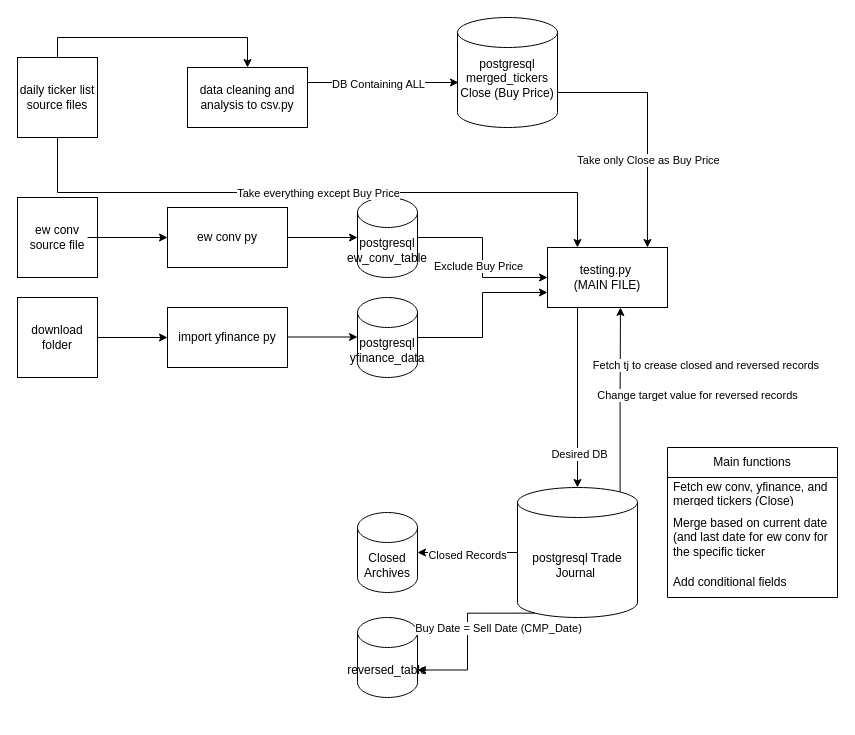
The draw.io diagram tickers6/workflow.drawio in osalmatar/quick-work, before the edit. Source tidied: cells renumbered, new cells numbered last; positions are measured from the earlier drawing's top-left corner, leaving out a move shared by most shapes. Both pictures are drawn from the tidied source at 100%, with x=0, y=0 at pixel (17, 17).
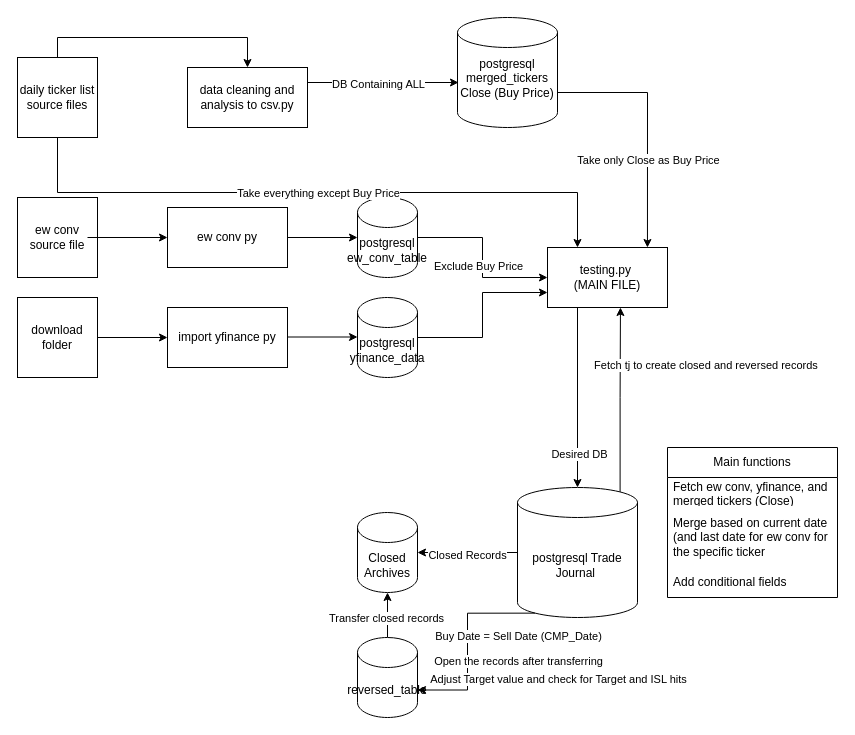
Above is the later version.

Unchanged cells that the change refers to:
```xml
<mxCell id="23" value="Closed Archives" style="shape=cylinder3;whiteSpace=wrap;html=1;boundedLbl=1;backgroundOutline=1;size=15;" parent="1" vertex="1">
  <mxGeometry x="340" y="495" width="60" height="80" as="geometry" />
</mxCell>
<mxCell id="37" style="edgeStyle=orthogonalEdgeStyle;rounded=0;jettySize=auto;html=1;exitX=0.145;exitY=1;exitDx=0;exitDy=-4.35;exitPerimeter=0;entryX=1;entryY=0;entryDx=0;entryDy=52.5;entryPerimeter=0;" parent="1" edge="1" source="16" target="36">
  <mxGeometry relative="1" as="geometry" />
</mxCell>
<mxCell id="39" style="edgeStyle=orthogonalEdgeStyle;rounded=0;jettySize=auto;html=1;exitX=0.855;exitY=0;exitDx=0;exitDy=4.35;exitPerimeter=0;entryX=0.608;entryY=1;entryDx=0;entryDy=0;entryPerimeter=0;" parent="1" edge="1" source="16" target="4">
  <mxGeometry relative="1" as="geometry" />
</mxCell>
```

Change to the diagram source:
```diff
@@
+    <mxCell id="42" style="edgeStyle=orthogonalEdgeStyle;rounded=0;jettySize=auto;html=1;" parent="1" edge="1" source="36" target="23">
+      <mxGeometry relative="1" as="geometry" />
+    </mxCell>
+    <mxCell id="43" value="Transfer closed records" style="edgeLabel;html=1;align=center;verticalAlign=middle;" parent="42" vertex="1">
+      <mxGeometry x="-0.11" y="2" relative="1" as="geometry" />
+    </mxCell>
     <mxCell id="36" value="reversed_table" style="shape=cylinder3;whiteSpace=wrap;html=1;boundedLbl=1;backgroundOutline=1;size=15;" parent="1" vertex="1">
-      <mxGeometry x="340" y="600" width="60" height="80" as="geometry" />
+      <mxGeometry x="340" y="620" width="60" height="80" as="geometry" />
     </mxCell>
@@
     <mxCell id="38" value="Buy Date = Sell Date (CMP_Date)" style="edgeLabel;html=1;align=center;verticalAlign=middle;" parent="37" vertex="1">
       <mxGeometry x="-0.12" y="-1" relative="1" as="geometry">
-        <mxPoint x="31" y="5" as="offset" />
+        <mxPoint x="51" y="5" as="offset" />
       </mxGeometry>
     </mxCell>
+    <mxCell id="44" value="Open the records after transferring" style="edgeLabel;html=1;align=center;verticalAlign=middle;" parent="37" vertex="1">
+      <mxGeometry x="0.18" y="1" relative="1" as="geometry">
+        <mxPoint x="49" as="offset" />
+      </mxGeometry>
+    </mxCell>
+    <mxCell id="45" value="Adjust Target value and check for Target and ISL hits" style="edgeLabel;html=1;align=center;verticalAlign=middle;" parent="37" vertex="1">
+      <mxGeometry x="0.37" y="1" relative="1" as="geometry">
+        <mxPoint x="89" as="offset" />
+      </mxGeometry>
+    </mxCell>
@@
-    <mxCell id="40" value="Fetch tj to crease closed and reversed records&amp;nbsp;" style="edgeLabel;html=1;align=center;verticalAlign=middle;" parent="39" vertex="1">
+    <mxCell id="40" value="Fetch tj to create closed and reversed records&amp;nbsp;" style="edgeLabel;html=1;align=center;verticalAlign=middle;" parent="39" vertex="1">
       <mxGeometry x="0.09" relative="1" as="geometry">
         <mxPoint x="87" y="-26" as="offset" />
       </mxGeometry>
     </mxCell>
-    <mxCell id="41" value="Change target value for reversed records" style="edgeLabel;html=1;align=center;verticalAlign=middle;" parent="39" vertex="1">
-      <mxGeometry x="0.05" y="2" relative="1" as="geometry">
-        <mxPoint x="79" as="offset" />
-      </mxGeometry>
-    </mxCell>
```
